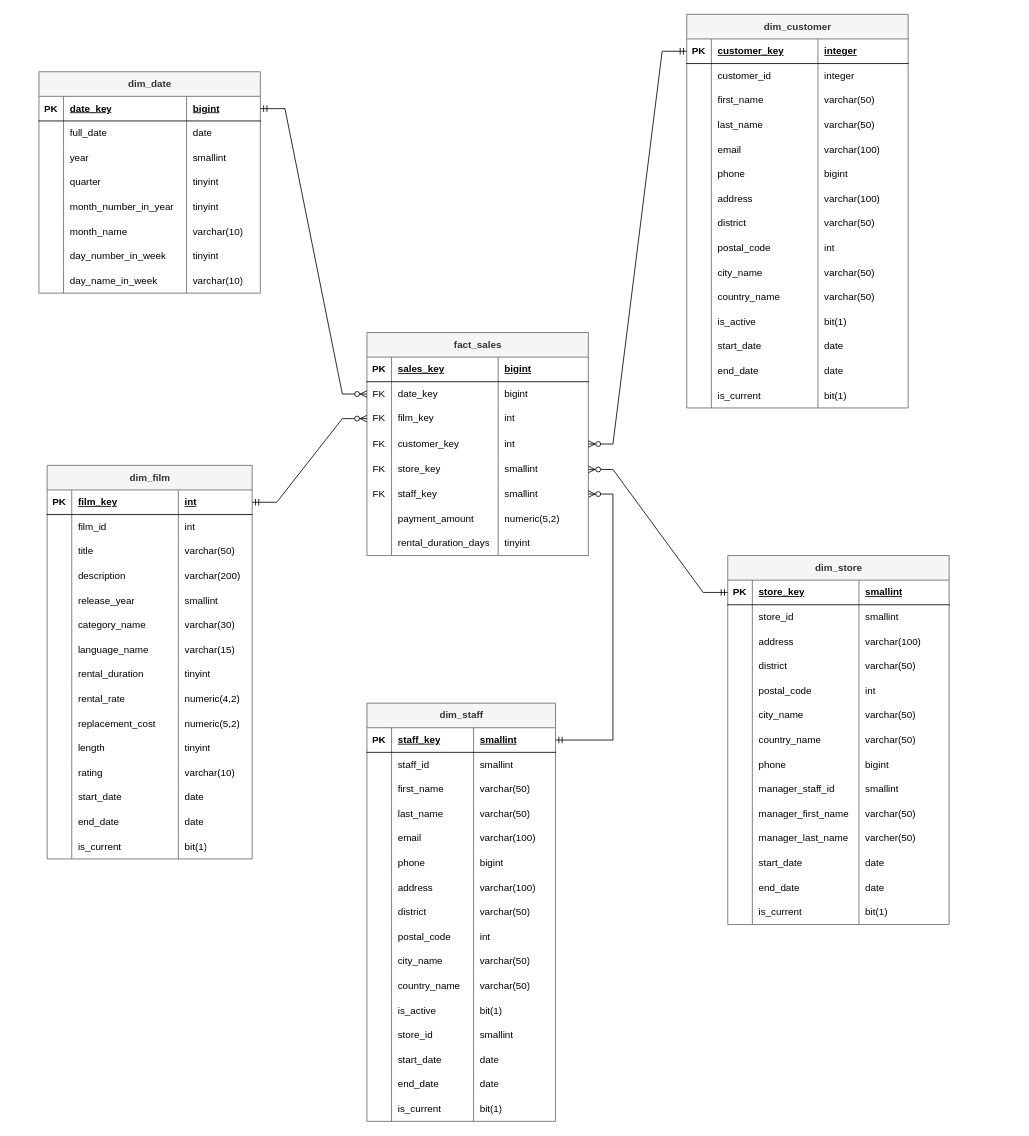
Earlier version of the draw.io diagram star_schemas_OLAP/1_sales_olap/sales.drawio (NebylytsiaKyrylo/pagila_oltp_to_olap). Source tidied: cells renumbered, new cells numbered last; positions are measured from the earlier drawing's top-left corner, leaving out a move shared by most shapes. Both pictures are drawn from the tidied source at 82%, with x=0, y=0 at pixel (39, 14).
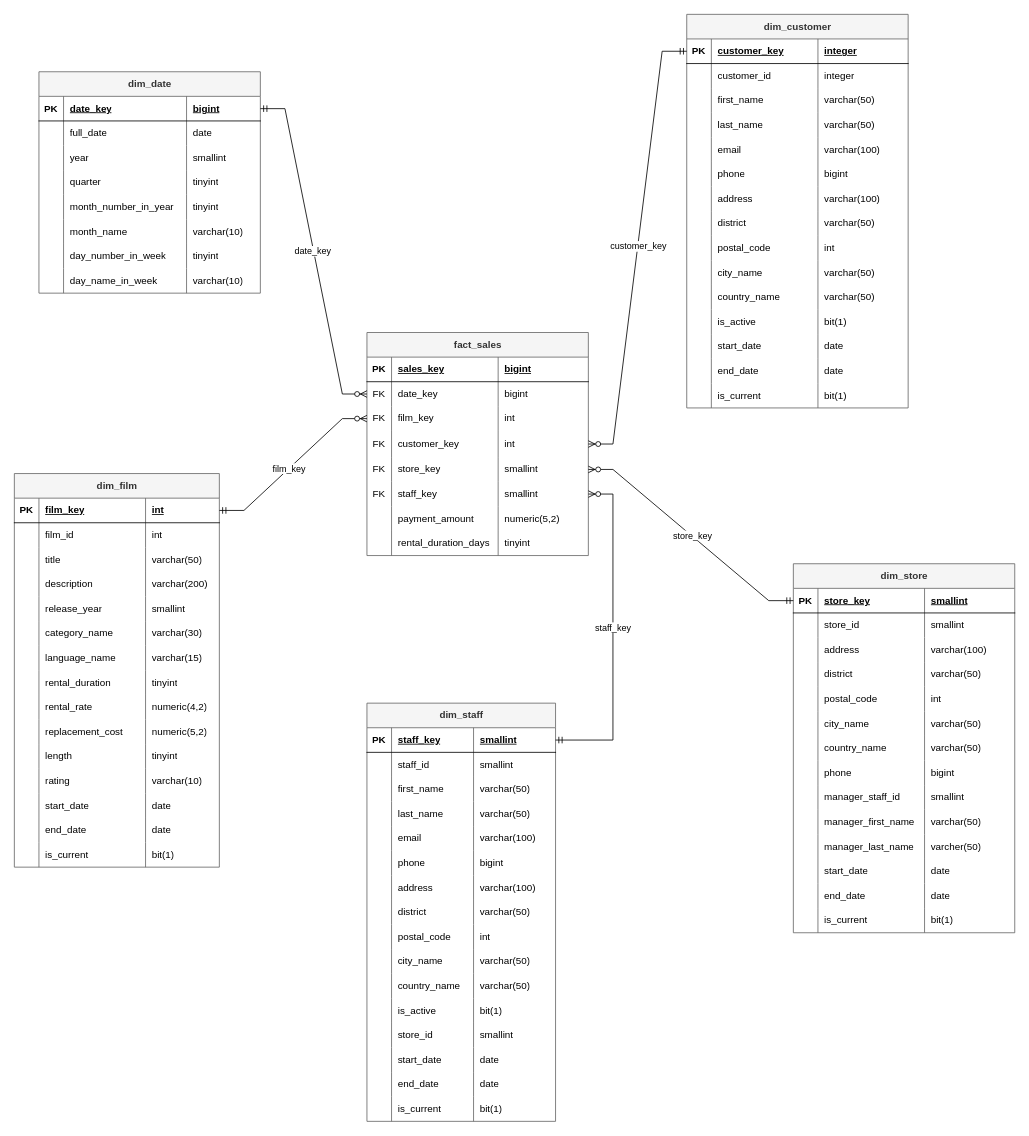
The same diagram, later.

Commit message (it also covers changes not shown here):
Update Sales OLAP star schema diagram in Draw.io format.

Adjusted positions of table elements and added key labels (`staff_key`, `film_key`, `date_key`, `customer_key`, `store_key`) to enhance clarity.

The change refers to these unchanged cells:
```xml
<mxCell id="161" style="edgeStyle=entityRelationEdgeStyle;fontSize=12;html=1;endArrow=ERzeroToMany;startArrow=ERmandOne;rounded=0;" parent="1" edge="1" source="64" target="149">
  <mxGeometry relative="1" as="geometry" />
</mxCell>
<mxCell id="162" style="edgeStyle=entityRelationEdgeStyle;fontSize=12;html=1;endArrow=ERzeroToMany;startArrow=ERmandOne;rounded=0;" parent="1" edge="1" source="3" target="137">
  <mxGeometry relative="1" as="geometry" />
</mxCell>
<mxCell id="196" style="edgeStyle=entityRelationEdgeStyle;fontSize=12;html=1;endArrow=ERzeroToMany;startArrow=ERmandOne;rounded=0;" parent="1" edge="1" source="164" target="133">
  <mxGeometry relative="1" as="geometry" />
</mxCell>
<mxCell id="258" style="edgeStyle=entityRelationEdgeStyle;fontSize=12;html=1;endArrow=ERzeroToMany;startArrow=ERmandOne;rounded=0;" parent="1" edge="1" source="198" target="141">
  <mxGeometry relative="1" as="geometry" />
</mxCell>
<mxCell id="316" style="edgeStyle=entityRelationEdgeStyle;fontSize=12;html=1;endArrow=ERzeroToMany;startArrow=ERmandOne;rounded=0;" parent="1" edge="1" source="260" target="145">
  <mxGeometry relative="1" as="geometry" />
</mxCell>
```

What changed in the source:
```diff
@@
     <mxCell id="2" value="&lt;span style=&quot;color: rgb(51, 51, 51); text-wrap-mode: wrap;&quot;&gt;dim_film&lt;/span&gt;" style="shape=table;startSize=30;childLayout=tableLayout;rowLines=0;fontStyle=1;align=center;html=1;fillColor=#f5f5f5;fontColor=#333333;strokeColor=#666666;swimlaneFillColor=default;" parent="1" vertex="1">
-      <mxGeometry x="10" y="550" width="250" height="480" as="geometry" />
+      <mxGeometry x="-30" y="560" width="250" height="480" as="geometry" />
     </mxCell>
@@
+    <mxCell id="317" value="staff_key" style="edgeLabel;html=1;align=center;verticalAlign=middle;" parent="161" vertex="1">
+      <mxGeometry x="0.04" y="1" relative="1" as="geometry" />
+    </mxCell>
@@
+    <mxCell id="318" value="film_key" style="edgeLabel;html=1;align=center;verticalAlign=middle;" parent="162" vertex="1">
+      <mxGeometry x="-0.06" relative="1" as="geometry" />
+    </mxCell>
@@
+    <mxCell id="319" value="date_key" style="edgeLabel;html=1;align=center;verticalAlign=middle;" parent="196" vertex="1">
+      <mxGeometry y="-1" relative="1" as="geometry" />
+    </mxCell>
@@
+    <mxCell id="320" value="customer_key" style="edgeLabel;html=1;align=center;verticalAlign=middle;" parent="258" vertex="1">
+      <mxGeometry x="-0.01" relative="1" as="geometry" />
+    </mxCell>
     <mxCell id="259" value="&lt;span style=&quot;color: rgb(51, 51, 51); text-wrap-mode: wrap;&quot;&gt;dim_store&lt;/span&gt;" style="shape=table;startSize=30;childLayout=tableLayout;rowLines=0;fontStyle=1;align=center;html=1;fillColor=#f5f5f5;fontColor=#333333;strokeColor=#666666;swimlaneFillColor=default;" parent="1" vertex="1">
-      <mxGeometry x="840" y="660" width="270" height="450" as="geometry" />
+      <mxGeometry x="920" y="670" width="270" height="450" as="geometry" />
     </mxCell>
@@
+    <mxCell id="321" value="store_key" style="edgeLabel;html=1;align=center;verticalAlign=middle;" parent="316" vertex="1">
+      <mxGeometry relative="1" as="geometry">
+        <mxPoint x="1" as="offset" />
+      </mxGeometry>
+    </mxCell>
```
